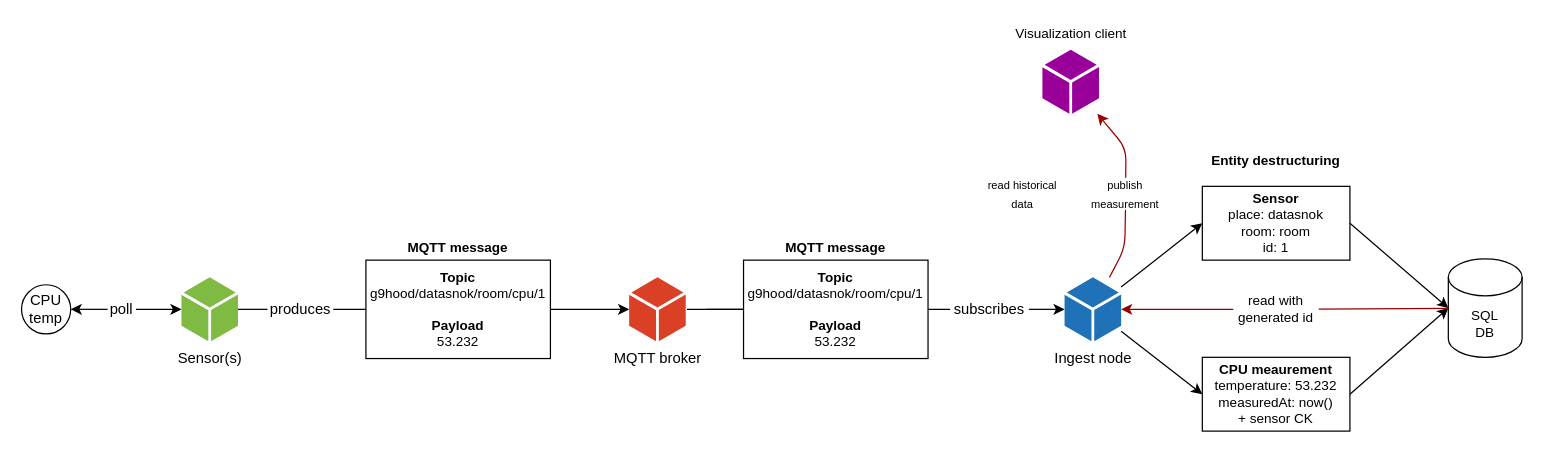
The draw.io diagram page "Full flow" (4 of 4) of docs/diagrams/architecture.v2.drawio in thedatasnok/idata2304-iot-project, before the edit. Source tidied: cells renumbered, new cells numbered last; positions are measured from the earlier drawing's top-left corner, leaving out a move shared by most shapes. Both pictures are drawn from the tidied source at 123%, with x=0, y=0 at pixel (21, 21).
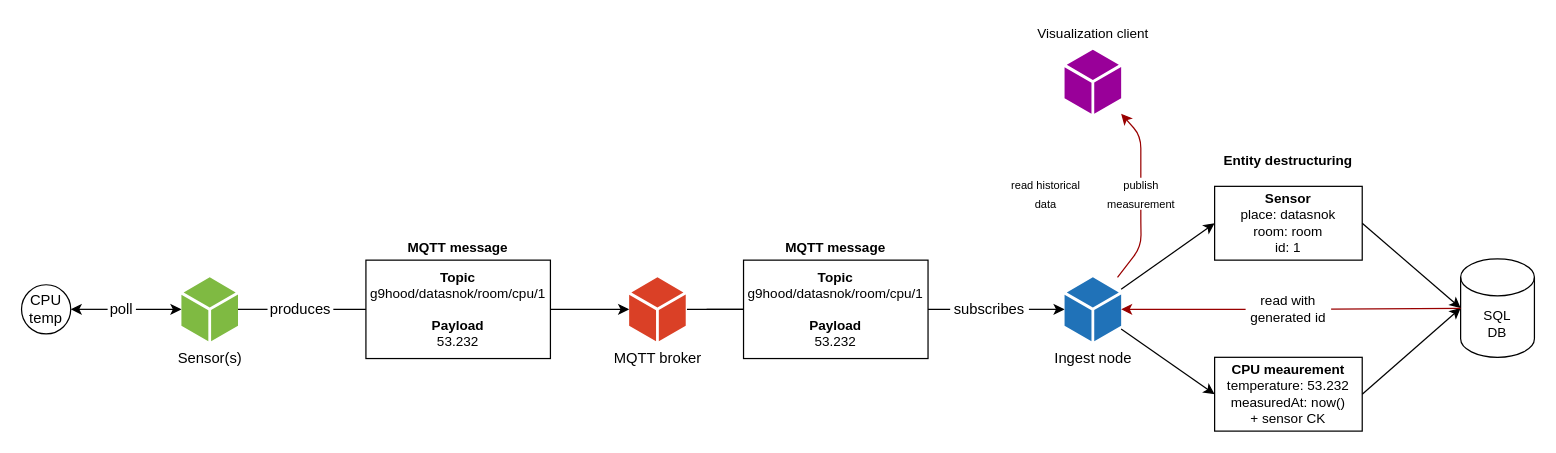
After the change.

Unchanged cells that the change refers to:
```xml
<mxCell id="20" value="Ingest node" style="sketch=0;shadow=0;dashed=0;html=1;strokeColor=none;labelPosition=center;verticalLabelPosition=bottom;verticalAlign=top;outlineConnect=0;align=center;shape=mxgraph.office.concepts.node_generic;fillColor=#2072B8;" parent="1" vertex="1">
  <mxGeometry x="848" y="208" width="46" height="52" as="geometry" />
</mxCell>
```

Change to the diagram source:
```diff
@@
     <mxCell id="19" style="edgeStyle=none;html=1;fontSize=10;startArrow=none;startFill=0;endArrow=classic;endFill=1;strokeColor=#FFFFFF;" parent="1" edge="1" source="46" target="39">
       <mxGeometry relative="1" as="geometry">
         <Array as="points">
-          <mxPoint x="814" y="93" />
+          <mxPoint x="832.5" y="93" />
         </Array>
       </mxGeometry>
     </mxCell>
@@
     <mxCell id="28" value="Entity destructuring" style="text;html=1;strokeColor=none;fillColor=none;align=center;verticalAlign=middle;whiteSpace=wrap;rounded=0;fontSize=11;fontStyle=1;" parent="1" vertex="1">
-      <mxGeometry x="965" y="103" width="110" height="20" as="geometry" />
+      <mxGeometry x="975" y="103" width="110" height="20" as="geometry" />
     </mxCell>
     <mxCell id="29" style="group;" parent="1" vertex="1">
-      <mxGeometry x="960" y="273" width="120" height="60" as="geometry" />
+      <mxGeometry x="970" y="273" width="120" height="60" as="geometry" />
     </mxCell>
@@
     <mxCell id="32" style="group;" parent="1" vertex="1">
-      <mxGeometry x="960" y="134" width="120" height="60" as="geometry" />
+      <mxGeometry x="970" y="134" width="120" height="60" as="geometry" />
     </mxCell>
@@
     <mxCell id="36" value="SQL&lt;br&gt;DB" style="shape=cylinder3;whiteSpace=wrap;html=1;boundedLbl=1;backgroundOutline=1;size=15;fontSize=11;" parent="1" vertex="1">
-      <mxGeometry x="1160" y="193" width="60" height="80" as="geometry" />
+      <mxGeometry x="1170" y="193" width="60" height="80" as="geometry" />
     </mxCell>
@@
     <mxCell id="39" style="sketch=0;shadow=0;dashed=0;html=1;strokeColor=none;labelPosition=center;verticalLabelPosition=bottom;verticalAlign=top;outlineConnect=0;align=center;shape=mxgraph.office.concepts.node_generic;fillColor=#990099;" parent="1" vertex="1">
-      <mxGeometry x="830" y="23" width="46" height="52" as="geometry" />
+      <mxGeometry x="848" y="23" width="46" height="52" as="geometry" />
     </mxCell>
-    <mxCell id="40" style="edgeStyle=none;html=1;fontSize=11;startArrow=none;startFill=0;strokeColor=#990000;" parent="1" edge="1" source="41" target="39">
-      <mxGeometry relative="1" as="geometry">
-        <Array as="points">
-          <mxPoint x="898" y="103" />
-        </Array>
-      </mxGeometry>
-    </mxCell>
     <mxCell id="41" value="&lt;font style=&quot;font-size: 9px&quot;&gt;publish measurement&lt;/font&gt;" style="text;html=1;strokeColor=none;fillColor=none;align=center;verticalAlign=middle;whiteSpace=wrap;rounded=0;" parent="1" vertex="1">
-      <mxGeometry x="870" y="127" width="55" height="26" as="geometry" />
+      <mxGeometry x="883" y="127" width="55" height="26" as="geometry" />
     </mxCell>
-    <mxCell id="42" style="edgeStyle=none;html=1;fontSize=11;startArrow=none;startFill=0;endArrow=none;strokeColor=#990000;entryX=0.5;entryY=1;entryDx=0;entryDy=0;" parent="1" edge="1" source="20" target="41">
-      <mxGeometry relative="1" as="geometry">
-        <Array as="points">
-          <mxPoint x="897" y="184" />
-        </Array>
-      </mxGeometry>
-    </mxCell>
     <mxCell id="43" value="Visualization client" style="text;html=1;strokeColor=none;fillColor=none;align=center;verticalAlign=middle;whiteSpace=wrap;rounded=0;fontSize=11;fontStyle=0;" parent="1" vertex="1">
-      <mxGeometry x="802.5" width="101" height="20" as="geometry" />
+      <mxGeometry x="821" width="101" height="20" as="geometry" />
     </mxCell>
     <mxCell id="44" value="read with generated id" style="text;html=1;strokeColor=none;fillColor=none;align=center;verticalAlign=middle;whiteSpace=wrap;rounded=0;fontSize=11;" parent="1" vertex="1">
-      <mxGeometry x="985.2" y="219" width="69.5" height="30" as="geometry" />
+      <mxGeometry x="995.2" y="219" width="69.5" height="30" as="geometry" />
     </mxCell>
@@
     <mxCell id="46" value="&lt;font style=&quot;font-size: 9px&quot;&gt;read historical data&lt;/font&gt;" style="text;html=1;strokeColor=none;fillColor=none;align=center;verticalAlign=middle;whiteSpace=wrap;rounded=0;" parent="1" vertex="1">
-      <mxGeometry x="780" y="127" width="68" height="26" as="geometry" />
+      <mxGeometry x="798.5" y="127" width="68" height="26" as="geometry" />
     </mxCell>
     <mxCell id="47" style="edgeStyle=none;html=1;fontSize=10;startArrow=classic;startFill=1;endArrow=none;endFill=1;strokeColor=#FFFFFF;" parent="1" edge="1" source="20" target="46">
       <mxGeometry relative="1" as="geometry">
         <Array as="points">
-          <mxPoint x="814" y="183" />
+          <mxPoint x="833" y="183" />
         </Array>
       </mxGeometry>
     </mxCell>
+    <mxCell id="48" style="edgeStyle=none;html=1;fontSize=10;startArrow=none;startFill=0;endArrow=classic;endFill=1;strokeColor=#990000;" parent="1" edge="1" target="39">
+      <mxGeometry relative="1" as="geometry">
+        <mxPoint x="910" y="127" as="sourcePoint" />
+        <Array as="points">
+          <mxPoint x="910" y="93" />
+        </Array>
+      </mxGeometry>
+    </mxCell>
+    <mxCell id="49" style="edgeStyle=none;html=1;fontSize=10;startArrow=none;startFill=0;endArrow=none;endFill=1;strokeColor=#990000;" parent="1" edge="1" source="20">
+      <mxGeometry relative="1" as="geometry">
+        <mxPoint x="910" y="153" as="targetPoint" />
+        <Array as="points">
+          <mxPoint x="910.3" y="183" />
+          <mxPoint x="910" y="163" />
+        </Array>
+      </mxGeometry>
+    </mxCell>
```
